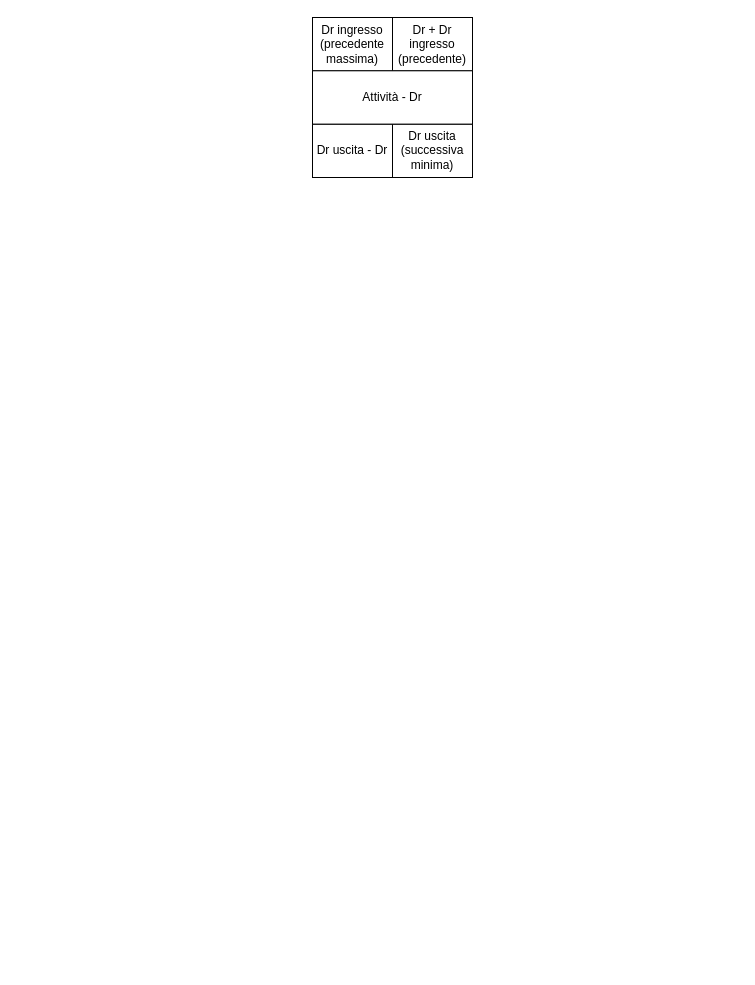
Above: Template FlowChart.drawio in arco2121/Diagrammi_GPOI (draw.io), before the change. Source tidied: cells renumbered, new cells numbered last; positions are measured from the earlier drawing's top-left corner, leaving out a move shared by most shapes. Both pictures are drawn from the tidied source at 100%, with x=0, y=0 at pixel (312, 17).
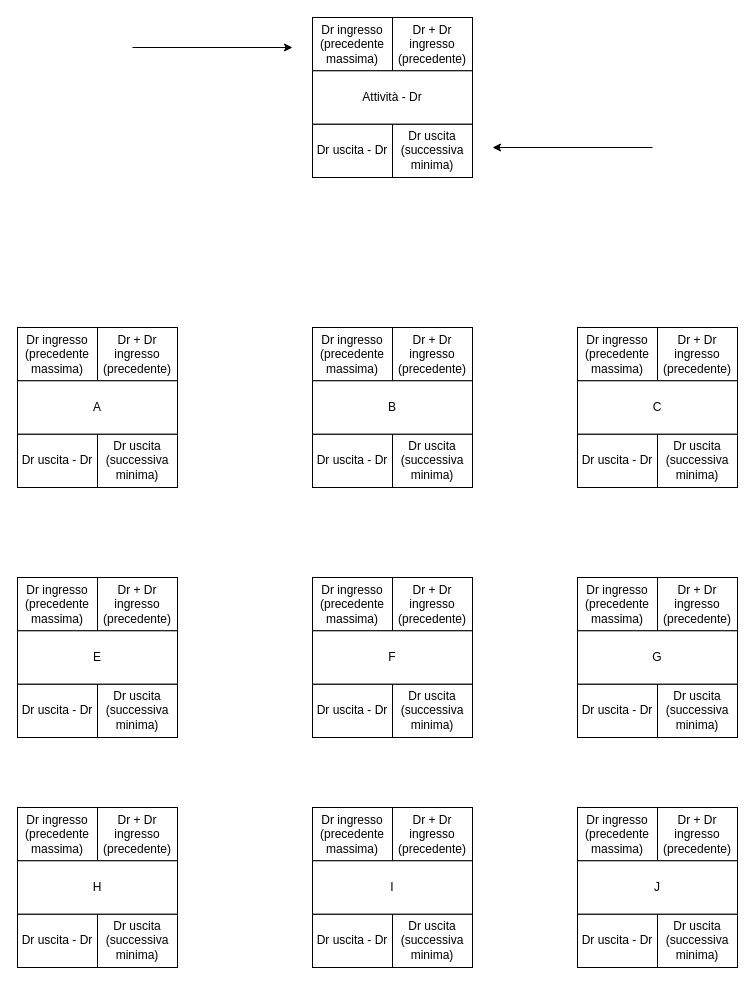
After the change.

The edit, as a diff of the source:
```diff
@@
+    <mxCell id="8" style="group;" parent="1" vertex="1">
+      <mxGeometry x="-295" y="310" width="160" height="160" as="geometry" />
+    </mxCell>
+    <mxCell id="9" value="Dr uscita - Dr" style="rounded=0;whiteSpace=wrap;html=1;" parent="8" vertex="1">
+      <mxGeometry y="106.7" width="80" height="53.3" as="geometry" />
+    </mxCell>
+    <mxCell id="10" value="Dr uscita (successiva minima)" style="rounded=0;whiteSpace=wrap;html=1;" parent="8" vertex="1">
+      <mxGeometry x="80" y="106.7" width="80" height="53.3" as="geometry" />
+    </mxCell>
+    <mxCell id="11" value="Dr ingresso (precedente massima&lt;span style=&quot;background-color: transparent; color: light-dark(rgb(0, 0, 0), rgb(255, 255, 255));&quot;&gt;)&lt;/span&gt;" style="rounded=0;whiteSpace=wrap;html=1;" parent="8" vertex="1">
+      <mxGeometry width="80" height="53.3" as="geometry" />
+    </mxCell>
+    <mxCell id="12" value="Dr + Dr ingresso (precedente)" style="rounded=0;whiteSpace=wrap;html=1;" parent="8" vertex="1">
+      <mxGeometry x="80" width="80" height="53.3" as="geometry" />
+    </mxCell>
+    <mxCell id="13" value="A" style="rounded=0;whiteSpace=wrap;html=1;" parent="8" vertex="1">
+      <mxGeometry y="53.3" width="160" height="53.3" as="geometry" />
+    </mxCell>
+    <mxCell id="14" style="group;" parent="1" vertex="1">
+      <mxGeometry y="310" width="160" height="160" as="geometry" />
+    </mxCell>
+    <mxCell id="15" value="Dr uscita - Dr" style="rounded=0;whiteSpace=wrap;html=1;" parent="14" vertex="1">
+      <mxGeometry y="106.7" width="80" height="53.3" as="geometry" />
+    </mxCell>
+    <mxCell id="16" value="Dr uscita (successiva minima)" style="rounded=0;whiteSpace=wrap;html=1;" parent="14" vertex="1">
+      <mxGeometry x="80" y="106.7" width="80" height="53.3" as="geometry" />
+    </mxCell>
+    <mxCell id="17" value="Dr ingresso (precedente massima&lt;span style=&quot;background-color: transparent; color: light-dark(rgb(0, 0, 0), rgb(255, 255, 255));&quot;&gt;)&lt;/span&gt;" style="rounded=0;whiteSpace=wrap;html=1;" parent="14" vertex="1">
+      <mxGeometry width="80" height="53.3" as="geometry" />
+    </mxCell>
+    <mxCell id="18" value="Dr + Dr ingresso (precedente)" style="rounded=0;whiteSpace=wrap;html=1;" parent="14" vertex="1">
+      <mxGeometry x="80" width="80" height="53.3" as="geometry" />
+    </mxCell>
+    <mxCell id="19" value="B" style="rounded=0;whiteSpace=wrap;html=1;" parent="14" vertex="1">
+      <mxGeometry y="53.3" width="160" height="53.3" as="geometry" />
+    </mxCell>
+    <mxCell id="20" style="group;" parent="1" vertex="1">
+      <mxGeometry x="265" y="310" width="160" height="160" as="geometry" />
+    </mxCell>
+    <mxCell id="21" value="Dr uscita - Dr" style="rounded=0;whiteSpace=wrap;html=1;" parent="20" vertex="1">
+      <mxGeometry y="106.7" width="80" height="53.3" as="geometry" />
+    </mxCell>
+    <mxCell id="22" value="Dr uscita (successiva minima)" style="rounded=0;whiteSpace=wrap;html=1;" parent="20" vertex="1">
+      <mxGeometry x="80" y="106.7" width="80" height="53.3" as="geometry" />
+    </mxCell>
+    <mxCell id="23" value="Dr ingresso (precedente massima&lt;span style=&quot;background-color: transparent; color: light-dark(rgb(0, 0, 0), rgb(255, 255, 255));&quot;&gt;)&lt;/span&gt;" style="rounded=0;whiteSpace=wrap;html=1;" parent="20" vertex="1">
+      <mxGeometry width="80" height="53.3" as="geometry" />
+    </mxCell>
+    <mxCell id="24" value="Dr + Dr ingresso (precedente)" style="rounded=0;whiteSpace=wrap;html=1;" parent="20" vertex="1">
+      <mxGeometry x="80" width="80" height="53.3" as="geometry" />
+    </mxCell>
+    <mxCell id="25" value="C" style="rounded=0;whiteSpace=wrap;html=1;" parent="20" vertex="1">
+      <mxGeometry y="53.3" width="160" height="53.3" as="geometry" />
+    </mxCell>
+    <mxCell id="26" style="group;" parent="1" vertex="1">
+      <mxGeometry x="-295" y="560" width="160" height="160" as="geometry" />
+    </mxCell>
+    <mxCell id="27" value="Dr uscita - Dr" style="rounded=0;whiteSpace=wrap;html=1;" parent="26" vertex="1">
+      <mxGeometry y="106.7" width="80" height="53.3" as="geometry" />
+    </mxCell>
+    <mxCell id="28" value="Dr uscita (successiva minima)" style="rounded=0;whiteSpace=wrap;html=1;" parent="26" vertex="1">
+      <mxGeometry x="80" y="106.7" width="80" height="53.3" as="geometry" />
+    </mxCell>
+    <mxCell id="29" value="Dr ingresso (precedente massima&lt;span style=&quot;background-color: transparent; color: light-dark(rgb(0, 0, 0), rgb(255, 255, 255));&quot;&gt;)&lt;/span&gt;" style="rounded=0;whiteSpace=wrap;html=1;" parent="26" vertex="1">
+      <mxGeometry width="80" height="53.3" as="geometry" />
+    </mxCell>
+    <mxCell id="30" value="Dr + Dr ingresso (precedente)" style="rounded=0;whiteSpace=wrap;html=1;" parent="26" vertex="1">
+      <mxGeometry x="80" width="80" height="53.3" as="geometry" />
+    </mxCell>
+    <mxCell id="31" value="E" style="rounded=0;whiteSpace=wrap;html=1;" parent="26" vertex="1">
+      <mxGeometry y="53.3" width="160" height="53.3" as="geometry" />
+    </mxCell>
+    <mxCell id="32" style="group;" parent="1" vertex="1">
+      <mxGeometry y="560" width="160" height="160" as="geometry" />
+    </mxCell>
+    <mxCell id="33" value="Dr uscita - Dr" style="rounded=0;whiteSpace=wrap;html=1;" parent="32" vertex="1">
+      <mxGeometry y="106.7" width="80" height="53.3" as="geometry" />
+    </mxCell>
+    <mxCell id="34" value="Dr uscita (successiva minima)" style="rounded=0;whiteSpace=wrap;html=1;" parent="32" vertex="1">
+      <mxGeometry x="80" y="106.7" width="80" height="53.3" as="geometry" />
+    </mxCell>
+    <mxCell id="35" value="Dr ingresso (precedente massima&lt;span style=&quot;background-color: transparent; color: light-dark(rgb(0, 0, 0), rgb(255, 255, 255));&quot;&gt;)&lt;/span&gt;" style="rounded=0;whiteSpace=wrap;html=1;" parent="32" vertex="1">
+      <mxGeometry width="80" height="53.3" as="geometry" />
+    </mxCell>
+    <mxCell id="36" value="Dr + Dr ingresso (precedente)" style="rounded=0;whiteSpace=wrap;html=1;" parent="32" vertex="1">
+      <mxGeometry x="80" width="80" height="53.3" as="geometry" />
+    </mxCell>
+    <mxCell id="37" value="F" style="rounded=0;whiteSpace=wrap;html=1;" parent="32" vertex="1">
+      <mxGeometry y="53.3" width="160" height="53.3" as="geometry" />
+    </mxCell>
+    <mxCell id="38" style="group;" parent="1" vertex="1">
+      <mxGeometry x="265" y="560" width="160" height="160" as="geometry" />
+    </mxCell>
+    <mxCell id="39" value="Dr uscita - Dr" style="rounded=0;whiteSpace=wrap;html=1;" parent="38" vertex="1">
+      <mxGeometry y="106.7" width="80" height="53.3" as="geometry" />
+    </mxCell>
+    <mxCell id="40" value="Dr uscita (successiva minima)" style="rounded=0;whiteSpace=wrap;html=1;" parent="38" vertex="1">
+      <mxGeometry x="80" y="106.7" width="80" height="53.3" as="geometry" />
+    </mxCell>
+    <mxCell id="41" value="Dr ingresso (precedente massima&lt;span style=&quot;background-color: transparent; color: light-dark(rgb(0, 0, 0), rgb(255, 255, 255));&quot;&gt;)&lt;/span&gt;" style="rounded=0;whiteSpace=wrap;html=1;" parent="38" vertex="1">
+      <mxGeometry width="80" height="53.3" as="geometry" />
+    </mxCell>
+    <mxCell id="42" value="Dr + Dr ingresso (precedente)" style="rounded=0;whiteSpace=wrap;html=1;" parent="38" vertex="1">
+      <mxGeometry x="80" width="80" height="53.3" as="geometry" />
+    </mxCell>
+    <mxCell id="43" value="G" style="rounded=0;whiteSpace=wrap;html=1;" parent="38" vertex="1">
+      <mxGeometry y="53.3" width="160" height="53.3" as="geometry" />
+    </mxCell>
+    <mxCell id="44" style="group;" parent="1" vertex="1">
+      <mxGeometry x="-295" y="790" width="160" height="160" as="geometry" />
+    </mxCell>
+    <mxCell id="45" value="Dr uscita - Dr" style="rounded=0;whiteSpace=wrap;html=1;" parent="44" vertex="1">
+      <mxGeometry y="106.7" width="80" height="53.3" as="geometry" />
+    </mxCell>
+    <mxCell id="46" value="Dr uscita (successiva minima)" style="rounded=0;whiteSpace=wrap;html=1;" parent="44" vertex="1">
+      <mxGeometry x="80" y="106.7" width="80" height="53.3" as="geometry" />
+    </mxCell>
+    <mxCell id="47" value="Dr ingresso (precedente massima&lt;span style=&quot;background-color: transparent; color: light-dark(rgb(0, 0, 0), rgb(255, 255, 255));&quot;&gt;)&lt;/span&gt;" style="rounded=0;whiteSpace=wrap;html=1;" parent="44" vertex="1">
+      <mxGeometry width="80" height="53.3" as="geometry" />
+    </mxCell>
+    <mxCell id="48" value="Dr + Dr ingresso (precedente)" style="rounded=0;whiteSpace=wrap;html=1;" parent="44" vertex="1">
+      <mxGeometry x="80" width="80" height="53.3" as="geometry" />
+    </mxCell>
+    <mxCell id="49" value="H" style="rounded=0;whiteSpace=wrap;html=1;" parent="44" vertex="1">
+      <mxGeometry y="53.3" width="160" height="53.3" as="geometry" />
+    </mxCell>
+    <mxCell id="50" style="group;" parent="1" vertex="1">
+      <mxGeometry y="790" width="160" height="160" as="geometry" />
+    </mxCell>
+    <mxCell id="51" value="Dr uscita - Dr" style="rounded=0;whiteSpace=wrap;html=1;" parent="50" vertex="1">
+      <mxGeometry y="106.7" width="80" height="53.3" as="geometry" />
+    </mxCell>
+    <mxCell id="52" value="Dr uscita (successiva minima)" style="rounded=0;whiteSpace=wrap;html=1;" parent="50" vertex="1">
+      <mxGeometry x="80" y="106.7" width="80" height="53.3" as="geometry" />
+    </mxCell>
+    <mxCell id="53" value="Dr ingresso (precedente massima&lt;span style=&quot;background-color: transparent; color: light-dark(rgb(0, 0, 0), rgb(255, 255, 255));&quot;&gt;)&lt;/span&gt;" style="rounded=0;whiteSpace=wrap;html=1;" parent="50" vertex="1">
+      <mxGeometry width="80" height="53.3" as="geometry" />
+    </mxCell>
+    <mxCell id="54" value="Dr + Dr ingresso (precedente)" style="rounded=0;whiteSpace=wrap;html=1;" parent="50" vertex="1">
+      <mxGeometry x="80" width="80" height="53.3" as="geometry" />
+    </mxCell>
+    <mxCell id="55" value="I" style="rounded=0;whiteSpace=wrap;html=1;" parent="50" vertex="1">
+      <mxGeometry y="53.3" width="160" height="53.3" as="geometry" />
+    </mxCell>
+    <mxCell id="56" style="group;" parent="1" vertex="1">
+      <mxGeometry x="265" y="790" width="160" height="160" as="geometry" />
+    </mxCell>
+    <mxCell id="57" value="Dr uscita - Dr" style="rounded=0;whiteSpace=wrap;html=1;" parent="56" vertex="1">
+      <mxGeometry y="106.7" width="80" height="53.3" as="geometry" />
+    </mxCell>
+    <mxCell id="58" value="Dr uscita (successiva minima)" style="rounded=0;whiteSpace=wrap;html=1;" parent="56" vertex="1">
+      <mxGeometry x="80" y="106.7" width="80" height="53.3" as="geometry" />
+    </mxCell>
+    <mxCell id="59" value="Dr ingresso (precedente massima&lt;span style=&quot;background-color: transparent; color: light-dark(rgb(0, 0, 0), rgb(255, 255, 255));&quot;&gt;)&lt;/span&gt;" style="rounded=0;whiteSpace=wrap;html=1;" parent="56" vertex="1">
+      <mxGeometry width="80" height="53.3" as="geometry" />
+    </mxCell>
+    <mxCell id="60" value="Dr + Dr ingresso (precedente)" style="rounded=0;whiteSpace=wrap;html=1;" parent="56" vertex="1">
+      <mxGeometry x="80" width="80" height="53.3" as="geometry" />
+    </mxCell>
+    <mxCell id="61" value="J" style="rounded=0;whiteSpace=wrap;html=1;" parent="56" vertex="1">
+      <mxGeometry y="53.3" width="160" height="53.3" as="geometry" />
+    </mxCell>
+    <mxCell id="62" style="endArrow=classic;html=1;rounded=0;" parent="1" edge="1">
+      <mxGeometry relative="1" as="geometry">
+        <mxPoint x="-180" y="30" as="sourcePoint" />
+        <mxPoint x="-20" y="30" as="targetPoint" />
+      </mxGeometry>
+    </mxCell>
+    <mxCell id="63" style="endArrow=classic;html=1;rounded=0;" parent="1" edge="1">
+      <mxGeometry relative="1" as="geometry">
+        <mxPoint x="340" y="130" as="sourcePoint" />
+        <mxPoint x="180" y="130" as="targetPoint" />
+      </mxGeometry>
+    </mxCell>
```
